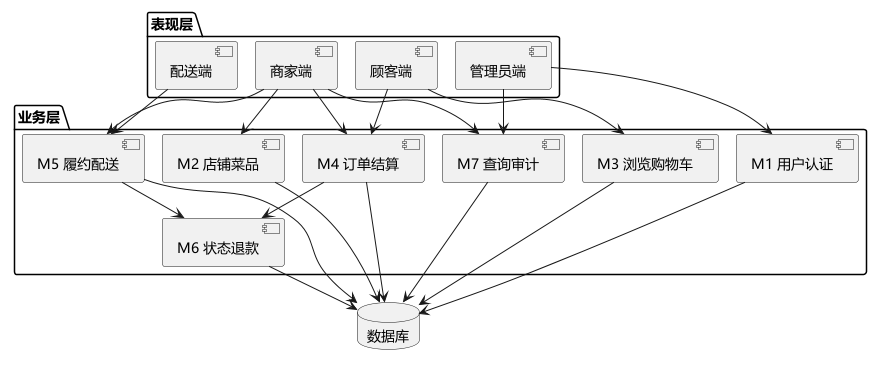
Above: UML/UML组件图.png in shenningxin-lab/software-engineering-lab (PlantUML), before the change. Its diagram source:
```plantuml
@startuml
!pragma layout smetana
skinparam defaultFontName "Microsoft YaHei"

package "表现层" {
  component "顾客端" as UI_C
  component "商家端" as UI_M
  component "配送端" as UI_D
  component "管理员端" as UI_A
}
package "业务层" {
  component "M1 用户认证" as M1
  component "M2 店铺菜品" as M2
  component "M3 浏览购物车" as M3
  component "M4 订单结算" as M4
  component "M5 履约配送" as M5
  component "M6 状态退款" as M6
  component "M7 查询审计" as M7
}
database "数据库" as DB

UI_C --> M3
UI_C --> M4
UI_M --> M2
UI_M --> M4
UI_M --> M5
UI_M --> M7
UI_D --> M5
UI_A --> M1
UI_A --> M7

M4 --> M6
M5 --> M6

M1 --> DB
M2 --> DB
M3 --> DB
M4 --> DB
M5 --> DB
M6 --> DB
M7 --> DB
@enduml
```
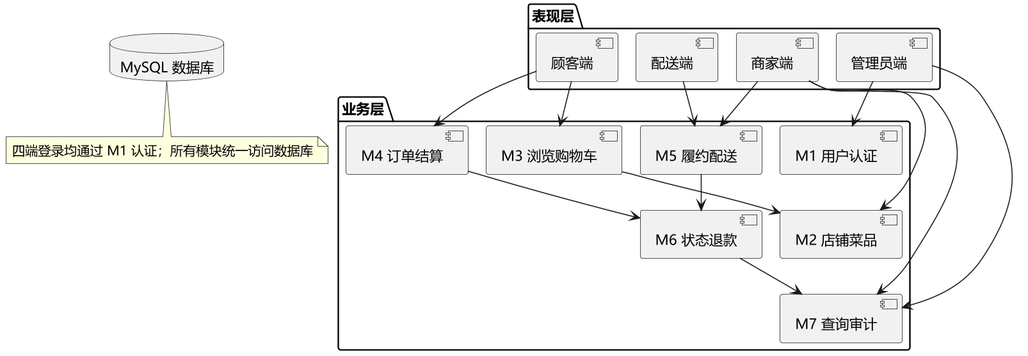
Above is the later version.

The edit, as a diff of the source:
```diff
@@ -1,6 +1,9 @@
 @startuml
 !pragma layout smetana
 skinparam defaultFontName "Microsoft YaHei"
+skinparam shadowing false
+skinparam dpi 150
+top to bottom direction
 
 package "表现层" {
   component "顾客端" as UI_C
@@ -17,26 +20,21 @@
   component "M6 状态退款" as M6
   component "M7 查询审计" as M7
 }
-database "数据库" as DB
+database "MySQL 数据库" as DB
 
 UI_C --> M3
 UI_C --> M4
 UI_M --> M2
-UI_M --> M4
 UI_M --> M5
 UI_M --> M7
 UI_D --> M5
 UI_A --> M1
 UI_A --> M7
 
+M3 --> M2
 M4 --> M6
 M5 --> M6
+M6 --> M7
 
-M1 --> DB
-M2 --> DB
-M3 --> DB
-M4 --> DB
-M5 --> DB
-M6 --> DB
-M7 --> DB
+note bottom of DB : 四端登录均通过 M1 认证；所有模块统一访问数据库
 @enduml
```
